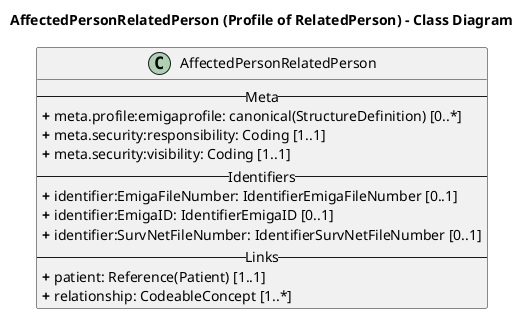
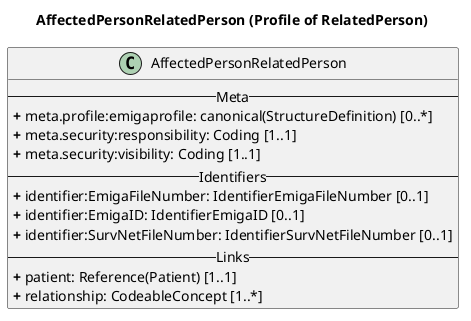
@startuml
skinparam linetype ortho

- title AffectedPersonRelatedPerson (Profile of RelatedPerson) - Class Diagram
+ title AffectedPersonRelatedPerson (Profile of RelatedPerson)

' Main Class
class AffectedPersonRelatedPerson{
-- Meta --
<b>+</b> meta.profile:emigaprofile: canonical(StructureDefinition) [0..*]
<b>+</b> meta.security:responsibility: Coding [1..1]
<b>+</b> meta.security:visibility: Coding [1..1]
-- Identifiers --
<b>+</b> identifier:EmigaFileNumber: IdentifierEmigaFileNumber [0..1]
<b>+</b> identifier:EmigaID: IdentifierEmigaID [0..1]
<b>+</b> identifier:SurvNetFileNumber: IdentifierSurvNetFileNumber [0..1]
-- Links --
<b>+</b> patient: Reference(Patient) [1..1]
<b>+</b> relationship: CodeableConcept [1..*]
}

@enduml